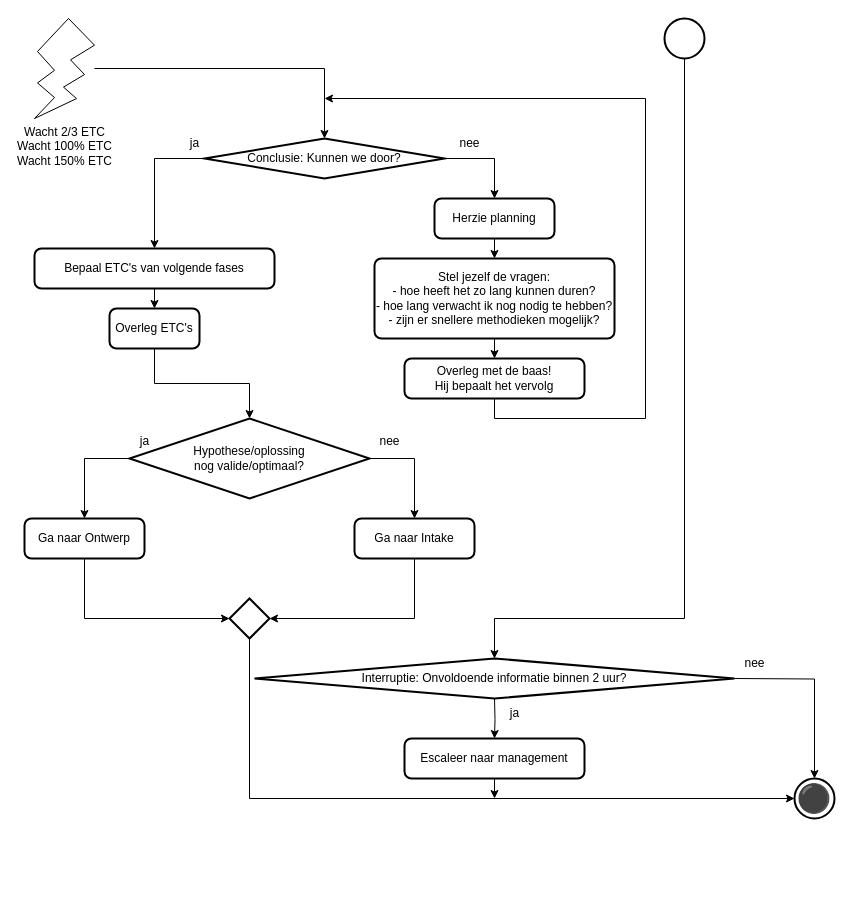
Above: 2 Issue Tracker analyse.drawio in Zaibatsu89/IssueTracker (draw.io), before the change. Source tidied: cells renumbered, new cells numbered last; positions are measured from the earlier drawing's top-left corner, leaving out a move shared by most shapes. Both pictures are drawn from the tidied source at 100%, with x=0, y=0 at pixel (24, 18).
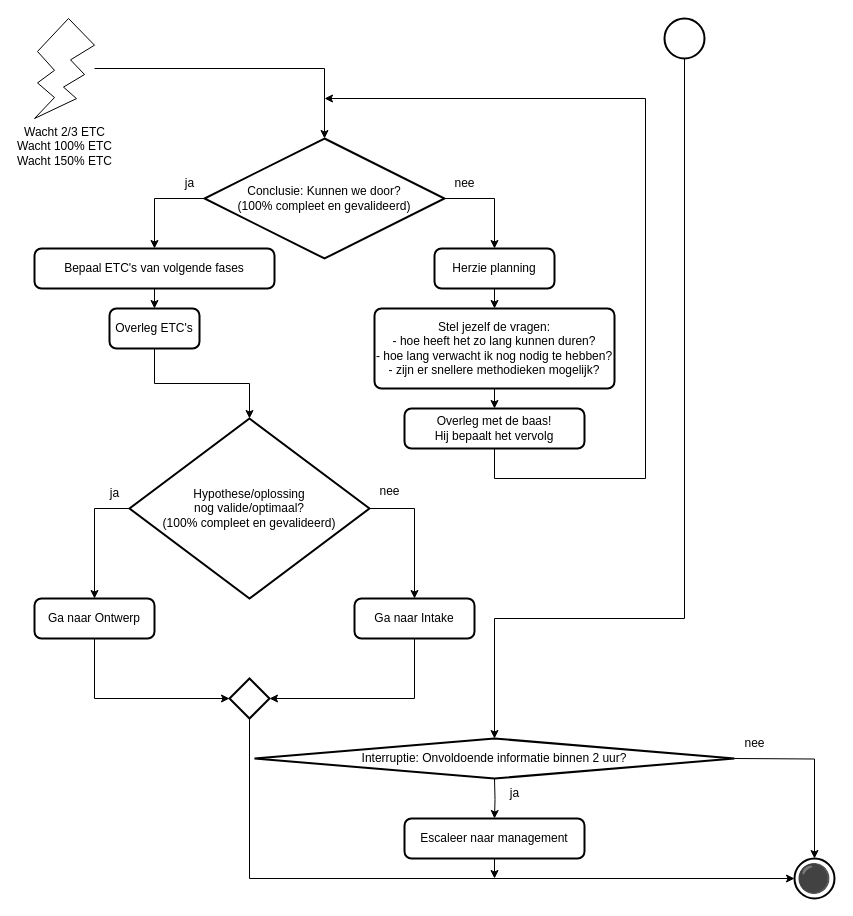
The same diagram, later.

Diff of the diagram source:
```diff
@@
-    <mxCell id="5" value="Conclusie: Kunnen we door?" style="strokeWidth=2;html=1;shape=mxgraph.flowchart.decision;whiteSpace=wrap;" parent="1" vertex="1">
-      <mxGeometry x="180" y="120" width="240" height="40" as="geometry" />
+    <mxCell id="5" value="Conclusie: Kunnen we door?&lt;div&gt;(100% compleet en gevalideerd)&lt;/div&gt;" style="strokeWidth=2;html=1;shape=mxgraph.flowchart.decision;whiteSpace=wrap;" parent="1" vertex="1">
+      <mxGeometry x="180" y="120" width="240" height="120" as="geometry" />
     </mxCell>
     <mxCell id="6" value="Ga naar Ontwerp" style="rounded=1;whiteSpace=wrap;html=1;absoluteArcSize=1;arcSize=14;strokeWidth=2;" parent="1" vertex="1">
-      <mxGeometry y="500" width="120" height="40" as="geometry" />
+      <mxGeometry x="10" y="580" width="120" height="40" as="geometry" />
     </mxCell>
     <mxCell id="7" value="nee" style="text;html=1;align=center;verticalAlign=middle;strokeColor=none;fillColor=none;" parent="1" vertex="1">
-      <mxGeometry x="425" y="110" width="40" height="30" as="geometry" />
+      <mxGeometry x="420" y="150" width="40" height="30" as="geometry" />
     </mxCell>
-    <mxCell id="8" value="ja" style="text;html=1;align=center;verticalAlign=middle;strokeColor=none;fillColor=none;" parent="1" vertex="1">
-      <mxGeometry x="155" y="110" width="30" height="30" as="geometry" />
-    </mxCell>
@@
     <mxCell id="10" style="edgeStyle=orthogonalEdgeStyle;rounded=0;jettySize=auto;html=1;exitX=0.5;exitY=1;exitDx=0;exitDy=0;exitPerimeter=0;entryX=0.5;entryY=0;entryDx=0;entryDy=0;" parent="1" edge="1" target="14">
       <mxGeometry relative="1" as="geometry">
-        <mxPoint x="470" y="680" as="sourcePoint" />
+        <mxPoint x="470" y="760" as="sourcePoint" />
       </mxGeometry>
     </mxCell>
     <mxCell id="11" value="Interruptie: Onvoldoende informatie binnen 2 uur?" style="strokeWidth=2;html=1;shape=mxgraph.flowchart.decision;whiteSpace=wrap;" parent="1" vertex="1">
-      <mxGeometry x="230" y="640" width="480" height="40" as="geometry" />
+      <mxGeometry x="230" y="720" width="480" height="40" as="geometry" />
     </mxCell>
     <mxCell id="12" value="nee" style="text;html=1;align=center;verticalAlign=middle;strokeColor=none;fillColor=none;" parent="1" vertex="1">
-      <mxGeometry x="710" y="630" width="40" height="30" as="geometry" />
+      <mxGeometry x="710" y="710" width="40" height="30" as="geometry" />
     </mxCell>
     <mxCell id="13" style="edgeStyle=orthogonalEdgeStyle;rounded=0;jettySize=auto;html=1;exitX=0.5;exitY=1;exitDx=0;exitDy=0;" parent="1" edge="1" source="14">
       <mxGeometry relative="1" as="geometry">
-        <mxPoint x="470" y="780" as="targetPoint" />
+        <mxPoint x="470" y="860" as="targetPoint" />
       </mxGeometry>
     </mxCell>
     <mxCell id="14" value="Escaleer naar management" style="rounded=1;whiteSpace=wrap;html=1;absoluteArcSize=1;arcSize=14;strokeWidth=2;" parent="1" vertex="1">
-      <mxGeometry x="380" y="720" width="180" height="40" as="geometry" />
+      <mxGeometry x="380" y="800" width="180" height="40" as="geometry" />
     </mxCell>
     <mxCell id="15" value="ja" style="text;html=1;align=center;verticalAlign=middle;strokeColor=none;fillColor=none;" parent="1" vertex="1">
-      <mxGeometry x="475" y="680" width="30" height="30" as="geometry" />
+      <mxGeometry x="475" y="760" width="30" height="30" as="geometry" />
     </mxCell>
     <mxCell id="16" value="⚫" style="strokeWidth=2;html=1;shape=mxgraph.flowchart.start_2;whiteSpace=wrap;fillColor=none;fontSize=28;" parent="1" vertex="1">
-      <mxGeometry x="770" y="760" width="40" height="40" as="geometry" />
+      <mxGeometry x="770" y="840" width="40" height="40" as="geometry" />
     </mxCell>
@@
     <mxCell id="19" style="edgeStyle=orthogonalEdgeStyle;rounded=0;jettySize=auto;html=1;exitX=1;exitY=0.5;exitDx=0;exitDy=0;exitPerimeter=0;entryX=0.5;entryY=0;entryDx=0;entryDy=0;entryPerimeter=0;" parent="1" edge="1" target="16">
       <mxGeometry relative="1" as="geometry">
-        <mxPoint x="710" y="660" as="sourcePoint" />
+        <mxPoint x="710" y="740" as="sourcePoint" />
       </mxGeometry>
     </mxCell>
@@
-    <mxCell id="22" value="Hypothese/oplossing&lt;br&gt;nog valide/optimaal?" style="strokeWidth=2;html=1;shape=mxgraph.flowchart.decision;whiteSpace=wrap;" parent="1" vertex="1">
-      <mxGeometry x="105" y="400" width="240" height="80" as="geometry" />
+    <mxCell id="22" value="Hypothese/oplossing&lt;br&gt;nog valide/optimaal?&lt;div&gt;(100% compleet en gevalideerd)&lt;/div&gt;" style="strokeWidth=2;html=1;shape=mxgraph.flowchart.decision;whiteSpace=wrap;" parent="1" vertex="1">
+      <mxGeometry x="105" y="400" width="240" height="180" as="geometry" />
     </mxCell>
     <mxCell id="23" style="strokeWidth=2;html=1;shape=mxgraph.flowchart.decision;whiteSpace=wrap;" parent="1" vertex="1">
-      <mxGeometry x="205" y="580" width="40" height="40" as="geometry" />
+      <mxGeometry x="205" y="660" width="40" height="40" as="geometry" />
     </mxCell>
@@
     <mxCell id="25" value="ja" style="text;html=1;align=center;verticalAlign=middle;strokeColor=none;fillColor=none;" parent="1" vertex="1">
-      <mxGeometry x="105" y="408" width="30" height="30" as="geometry" />
+      <mxGeometry x="75" y="460" width="30" height="30" as="geometry" />
     </mxCell>
     <mxCell id="26" value="Ga naar Intake" style="rounded=1;whiteSpace=wrap;html=1;absoluteArcSize=1;arcSize=14;strokeWidth=2;" parent="1" vertex="1">
-      <mxGeometry x="330" y="500" width="120" height="40" as="geometry" />
+      <mxGeometry x="330" y="580" width="120" height="40" as="geometry" />
     </mxCell>
@@
     <mxCell id="28" value="nee" style="text;html=1;align=center;verticalAlign=middle;strokeColor=none;fillColor=none;" parent="1" vertex="1">
-      <mxGeometry x="345" y="408" width="40" height="30" as="geometry" />
+      <mxGeometry x="345" y="458" width="40" height="30" as="geometry" />
     </mxCell>
@@
     <mxCell id="32" value="Herzie planning" style="rounded=1;whiteSpace=wrap;html=1;absoluteArcSize=1;arcSize=14;strokeWidth=2;" parent="1" vertex="1">
-      <mxGeometry x="410" y="180" width="120" height="40" as="geometry" />
+      <mxGeometry x="410" y="230" width="120" height="40" as="geometry" />
     </mxCell>
@@
     <mxCell id="34" value="Stel jezelf de vragen:&lt;div&gt;- hoe heeft het zo lang kunnen duren?&lt;/div&gt;&lt;div&gt;- hoe lang verwacht ik nog nodig te hebben?&lt;/div&gt;&lt;div&gt;- zijn er snellere methodieken mogelijk?&lt;/div&gt;" style="rounded=1;whiteSpace=wrap;html=1;absoluteArcSize=1;arcSize=14;strokeWidth=2;" parent="1" vertex="1">
-      <mxGeometry x="350" y="240" width="240" height="80" as="geometry" />
+      <mxGeometry x="350" y="290" width="240" height="80" as="geometry" />
     </mxCell>
     <mxCell id="35" style="edgeStyle=orthogonalEdgeStyle;rounded=0;jettySize=auto;html=1;exitX=0.5;exitY=1;exitDx=0;exitDy=0;" parent="1" edge="1" source="36">
       <mxGeometry relative="1" as="geometry">
         <mxPoint x="300" y="80" as="targetPoint" />
         <Array as="points">
-          <mxPoint x="470" y="400" />
-          <mxPoint x="621" y="400" />
+          <mxPoint x="470" y="460" />
+          <mxPoint x="621" y="460" />
+          <mxPoint x="621" y="80" />
         </Array>
       </mxGeometry>
     </mxCell>
     <mxCell id="36" value="Overleg met de baas!&lt;br&gt;Hij bepaalt het vervolg" style="rounded=1;whiteSpace=wrap;html=1;absoluteArcSize=1;arcSize=14;strokeWidth=2;" parent="1" vertex="1">
-      <mxGeometry x="380" y="340" width="180" height="40" as="geometry" />
+      <mxGeometry x="380" y="390" width="180" height="40" as="geometry" />
     </mxCell>
@@
+    <mxCell id="8" value="ja" style="text;html=1;align=center;verticalAlign=middle;strokeColor=none;fillColor=none;" parent="1" vertex="1">
+      <mxGeometry x="150" y="150" width="30" height="30" as="geometry" />
+    </mxCell>
```
